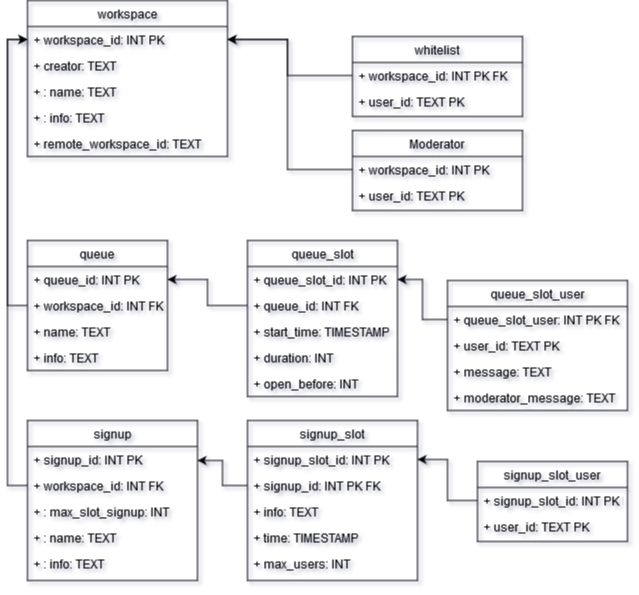
This is util/database_diagram.png from KlasafGeijerstam/Tosca, a draw.io export, as it was before one commit. Source tidied: cells renumbered, new cells last; positions are measured from the earlier drawing's top-left corner, leaving out a move shared by most shapes.
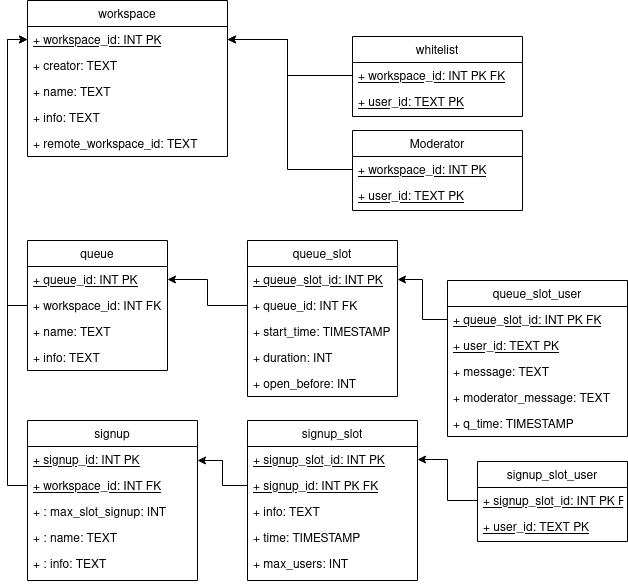
After the commit.

The edit, as a diff of the source:
```diff
@@ -5,43 +5,43 @@
     <mxCell id="2" value="Moderator" style="swimlane;fontStyle=0;horizontal=1;startSize=26;fillColor=none;" parent="1" vertex="1">
       <mxGeometry x="325" y="130" width="170" height="80" as="geometry" />
     </mxCell>
-    <mxCell id="3" value="+ workspace_id: INT PK" style="text;strokeColor=none;fillColor=none;align=left;verticalAlign=top;spacingLeft=4;spacingRight=4;overflow=hidden;" parent="2" vertex="1">
+    <mxCell id="3" value="+ workspace_id: INT PK" style="text;strokeColor=none;fillColor=none;align=left;verticalAlign=top;spacingLeft=4;spacingRight=4;overflow=hidden;fontStyle=4;" parent="2" vertex="1">
       <mxGeometry y="26" width="170" height="26" as="geometry" />
     </mxCell>
-    <mxCell id="4" value="+ user_id: TEXT PK" style="text;strokeColor=none;fillColor=none;align=left;verticalAlign=top;spacingLeft=4;spacingRight=4;overflow=hidden;" parent="2" vertex="1">
+    <mxCell id="4" value="+ user_id: TEXT PK" style="text;strokeColor=none;fillColor=none;align=left;verticalAlign=top;spacingLeft=4;spacingRight=4;overflow=hidden;fontStyle=4;" parent="2" vertex="1">
       <mxGeometry y="52" width="170" height="28" as="geometry" />
     </mxCell>
     <mxCell id="5" value="signup_slot_user" style="swimlane;fontStyle=0;horizontal=1;startSize=26;fillColor=none;" parent="1" vertex="1">
       <mxGeometry x="450" y="461" width="150" height="80" as="geometry" />
     </mxCell>
-    <mxCell id="6" value="+ signup_slot_id: INT PK FK" style="text;strokeColor=none;fillColor=none;align=left;verticalAlign=top;spacingLeft=4;spacingRight=4;overflow=hidden;points=[[0,0.5],[1,0.5]];portConstraint=eastwest;" parent="5" vertex="1">
+    <mxCell id="6" value="+ signup_slot_id: INT PK FK" style="text;strokeColor=none;fillColor=none;align=left;verticalAlign=top;spacingLeft=4;spacingRight=4;overflow=hidden;points=[[0,0.5],[1,0.5]];portConstraint=eastwest;fontStyle=4;" parent="5" vertex="1">
       <mxGeometry y="26" width="150" height="26" as="geometry" />
     </mxCell>
-    <mxCell id="7" value="+ user_id: TEXT PK" style="text;strokeColor=none;fillColor=none;align=left;verticalAlign=top;spacingLeft=4;spacingRight=4;overflow=hidden;" parent="5" vertex="1">
+    <mxCell id="7" value="+ user_id: TEXT PK" style="text;strokeColor=none;fillColor=none;align=left;verticalAlign=top;spacingLeft=4;spacingRight=4;overflow=hidden;fontStyle=4;" parent="5" vertex="1">
       <mxGeometry y="52" width="150" height="28" as="geometry" />
     </mxCell>
     <mxCell id="8" value="whitelist" style="swimlane;fontStyle=0;horizontal=1;startSize=26;fillColor=none;" parent="1" vertex="1">
       <mxGeometry x="325" y="36" width="170" height="80" as="geometry" />
     </mxCell>
-    <mxCell id="9" value="+ workspace_id: INT PK FK" style="text;strokeColor=none;fillColor=none;align=left;verticalAlign=top;spacingLeft=4;spacingRight=4;overflow=hidden;points=[[0,0.5],[1,0.5]];portConstraint=eastwest;" parent="8" vertex="1">
+    <mxCell id="9" value="+ workspace_id: INT PK FK" style="text;strokeColor=none;fillColor=none;align=left;verticalAlign=top;spacingLeft=4;spacingRight=4;overflow=hidden;points=[[0,0.5],[1,0.5]];portConstraint=eastwest;fontStyle=4;" parent="8" vertex="1">
       <mxGeometry y="26" width="170" height="26" as="geometry" />
     </mxCell>
-    <mxCell id="10" value="+ user_id: TEXT PK" style="text;strokeColor=none;fillColor=none;align=left;verticalAlign=top;spacingLeft=4;spacingRight=4;overflow=hidden;" parent="8" vertex="1">
+    <mxCell id="10" value="+ user_id: TEXT PK" style="text;strokeColor=none;fillColor=none;align=left;verticalAlign=top;spacingLeft=4;spacingRight=4;overflow=hidden;fontStyle=4;" parent="8" vertex="1">
       <mxGeometry y="52" width="170" height="28" as="geometry" />
     </mxCell>
     <mxCell id="11" value="workspace" style="swimlane;fontStyle=0;horizontal=1;startSize=26;fillColor=none;" parent="1" vertex="1">
       <mxGeometry width="200" height="156" as="geometry" />
     </mxCell>
-    <mxCell id="12" value="+ workspace_id: INT PK" style="text;strokeColor=none;fillColor=none;align=left;verticalAlign=top;spacingLeft=4;spacingRight=4;overflow=hidden;points=[[0,0.5],[1,0.5]];portConstraint=eastwest;" parent="11" vertex="1">
+    <mxCell id="12" value="+ workspace_id: INT PK" style="text;strokeColor=none;fillColor=none;align=left;verticalAlign=top;spacingLeft=4;spacingRight=4;overflow=hidden;points=[[0,0.5],[1,0.5]];portConstraint=eastwest;fontStyle=4;" parent="11" vertex="1">
       <mxGeometry y="26" width="200" height="26" as="geometry" />
     </mxCell>
     <mxCell id="13" value="+ creator: TEXT" style="text;strokeColor=none;fillColor=none;align=left;verticalAlign=top;spacingLeft=4;spacingRight=4;overflow=hidden;" parent="11" vertex="1">
       <mxGeometry y="52" width="200" height="26" as="geometry" />
     </mxCell>
-    <mxCell id="14" value="+ : name: TEXT&#10;" style="text;strokeColor=none;fillColor=none;align=left;verticalAlign=top;spacingLeft=4;spacingRight=4;overflow=hidden;" parent="11" vertex="1">
+    <mxCell id="14" value="+ name: TEXT&#10;" style="text;strokeColor=none;fillColor=none;align=left;verticalAlign=top;spacingLeft=4;spacingRight=4;overflow=hidden;" parent="11" vertex="1">
       <mxGeometry y="78" width="200" height="26" as="geometry" />
     </mxCell>
-    <mxCell id="15" value="+ : info: TEXT&#10;&#10;&#10;" style="text;strokeColor=none;fillColor=none;align=left;verticalAlign=top;spacingLeft=4;spacingRight=4;overflow=hidden;" parent="11" vertex="1">
+    <mxCell id="15" value="+ info: TEXT&#10;&#10;&#10;" style="text;strokeColor=none;fillColor=none;align=left;verticalAlign=top;spacingLeft=4;spacingRight=4;overflow=hidden;" parent="11" vertex="1">
       <mxGeometry y="104" width="200" height="26" as="geometry" />
     </mxCell>
     <mxCell id="16" value="+ remote_workspace_id: TEXT" style="text;strokeColor=none;fillColor=none;align=left;verticalAlign=top;spacingLeft=4;spacingRight=4;overflow=hidden;" parent="11" vertex="1">
@@ -50,10 +50,10 @@
     <mxCell id="17" value="signup" style="swimlane;fontStyle=0;horizontal=1;startSize=26;fillColor=none;" parent="1" vertex="1">
       <mxGeometry y="420" width="170" height="160" as="geometry" />
     </mxCell>
-    <mxCell id="18" value="+ signup_id: INT PK" style="text;strokeColor=none;fillColor=none;align=left;verticalAlign=top;spacingLeft=4;spacingRight=4;overflow=hidden;" parent="17" vertex="1">
+    <mxCell id="18" value="+ signup_id: INT PK" style="text;strokeColor=none;fillColor=none;align=left;verticalAlign=top;spacingLeft=4;spacingRight=4;overflow=hidden;fontStyle=4;" parent="17" vertex="1">
       <mxGeometry y="26" width="170" height="26" as="geometry" />
     </mxCell>
-    <mxCell id="19" value="+ workspace_id: INT FK" style="text;strokeColor=none;fillColor=none;align=left;verticalAlign=top;spacingLeft=4;spacingRight=4;overflow=hidden;points=[[0,0.5],[1,0.5]];portConstraint=eastwest;" parent="17" vertex="1">
+    <mxCell id="19" value="+ workspace_id: INT FK" style="text;strokeColor=none;fillColor=none;align=left;verticalAlign=top;spacingLeft=4;spacingRight=4;overflow=hidden;points=[[0,0.5],[1,0.5]];portConstraint=eastwest;fontStyle=4;" parent="17" vertex="1">
       <mxGeometry y="52" width="170" height="26" as="geometry" />
     </mxCell>
     <mxCell id="20" value="+ : max_slot_signup: INT&#10;" style="text;strokeColor=none;fillColor=none;align=left;verticalAlign=top;spacingLeft=4;spacingRight=4;overflow=hidden;" parent="17" vertex="1">
@@ -68,10 +68,10 @@
     <mxCell id="23" value="signup_slot" style="swimlane;fontStyle=0;horizontal=1;startSize=26;fillColor=none;" parent="1" vertex="1">
       <mxGeometry x="220" y="420" width="170" height="160" as="geometry" />
     </mxCell>
-    <mxCell id="24" value="+ signup_slot_id: INT PK" style="text;strokeColor=none;fillColor=none;align=left;verticalAlign=top;spacingLeft=4;spacingRight=4;overflow=hidden;points=[[0,0.5],[1,0.5]];portConstraint=eastwest;" parent="23" vertex="1">
+    <mxCell id="24" value="+ signup_slot_id: INT PK" style="text;strokeColor=none;fillColor=none;align=left;verticalAlign=top;spacingLeft=4;spacingRight=4;overflow=hidden;points=[[0,0.5],[1,0.5]];portConstraint=eastwest;fontStyle=4;" parent="23" vertex="1">
       <mxGeometry y="26" width="170" height="26" as="geometry" />
     </mxCell>
-    <mxCell id="25" value="+ signup_id: INT PK FK" style="text;strokeColor=none;fillColor=none;align=left;verticalAlign=top;spacingLeft=4;spacingRight=4;overflow=hidden;points=[[0,0.5],[1,0.5]];portConstraint=eastwest;" parent="23" vertex="1">
+    <mxCell id="25" value="+ signup_id: INT PK FK" style="text;strokeColor=none;fillColor=none;align=left;verticalAlign=top;spacingLeft=4;spacingRight=4;overflow=hidden;points=[[0,0.5],[1,0.5]];portConstraint=eastwest;fontStyle=4;" parent="23" vertex="1">
       <mxGeometry y="52" width="170" height="26" as="geometry" />
     </mxCell>
     <mxCell id="26" value="+ info: TEXT" style="text;strokeColor=none;fillColor=none;align=left;verticalAlign=top;spacingLeft=4;spacingRight=4;overflow=hidden;" parent="23" vertex="1">
@@ -86,10 +86,10 @@
     <mxCell id="29" value="queue" style="swimlane;fontStyle=0;horizontal=1;startSize=26;fillColor=none;" parent="1" vertex="1">
       <mxGeometry y="240" width="140" height="130" as="geometry" />
     </mxCell>
-    <mxCell id="30" value="+ queue_id: INT PK" style="text;strokeColor=none;fillColor=none;align=left;verticalAlign=top;spacingLeft=4;spacingRight=4;overflow=hidden;points=[[0,0.5],[1,0.5]];portConstraint=eastwest;" parent="29" vertex="1">
+    <mxCell id="30" value="+ queue_id: INT PK" style="text;strokeColor=none;fillColor=none;align=left;verticalAlign=top;spacingLeft=4;spacingRight=4;overflow=hidden;points=[[0,0.5],[1,0.5]];portConstraint=eastwest;fontStyle=4;" parent="29" vertex="1">
       <mxGeometry y="26" width="140" height="26" as="geometry" />
     </mxCell>
-    <mxCell id="31" value="+ workspace_id: INT FK" style="text;strokeColor=none;fillColor=none;align=left;verticalAlign=top;spacingLeft=4;spacingRight=4;overflow=hidden;points=[[0,0.5],[1,0.5]];portConstraint=eastwest;" parent="29" vertex="1">
+    <mxCell id="31" value="+ workspace_id: INT FK" style="text;strokeColor=none;fillColor=none;align=left;verticalAlign=top;spacingLeft=4;spacingRight=4;overflow=hidden;points=[[0,0.5],[1,0.5]];portConstraint=eastwest;fontStyle=0;" parent="29" vertex="1">
       <mxGeometry y="52" width="140" height="26" as="geometry" />
     </mxCell>
     <mxCell id="32" value="+ name: TEXT" style="text;strokeColor=none;fillColor=none;align=left;verticalAlign=top;spacingLeft=4;spacingRight=4;overflow=hidden;" parent="29" vertex="1">
@@ -101,7 +101,7 @@
     <mxCell id="34" value="queue_slot" style="swimlane;fontStyle=0;horizontal=1;startSize=26;fillColor=none;" parent="1" vertex="1">
       <mxGeometry x="220" y="240" width="150" height="156" as="geometry" />
     </mxCell>
-    <mxCell id="35" value="+ queue_slot_id: INT PK" style="text;strokeColor=none;fillColor=none;align=left;verticalAlign=top;spacingLeft=4;spacingRight=4;overflow=hidden;points=[[0,0.5],[1,0.5]];portConstraint=eastwest;" parent="34" vertex="1">
+    <mxCell id="35" value="+ queue_slot_id: INT PK" style="text;strokeColor=none;fillColor=none;align=left;verticalAlign=top;spacingLeft=4;spacingRight=4;overflow=hidden;points=[[0,0.5],[1,0.5]];portConstraint=eastwest;fontStyle=4;" parent="34" vertex="1">
       <mxGeometry y="26" width="150" height="26" as="geometry" />
     </mxCell>
     <mxCell id="36" value="+ queue_id: INT FK" style="text;strokeColor=none;fillColor=none;align=left;verticalAlign=top;spacingLeft=4;spacingRight=4;overflow=hidden;points=[[0,0.5],[1,0.5]];portConstraint=eastwest;" parent="34" vertex="1">
@@ -117,12 +117,12 @@
       <mxGeometry y="130" width="150" height="26" as="geometry" />
     </mxCell>
     <mxCell id="40" value="queue_slot_user" style="swimlane;fontStyle=0;horizontal=1;startSize=26;fillColor=none;" parent="1" vertex="1">
-      <mxGeometry x="420" y="280" width="180" height="130" as="geometry" />
+      <mxGeometry x="420" y="280" width="180" height="156" as="geometry" />
     </mxCell>
-    <mxCell id="41" value="+ queue_slot_user: INT PK FK" style="text;strokeColor=none;fillColor=none;align=left;verticalAlign=top;spacingLeft=4;spacingRight=4;overflow=hidden;points=[[0,0.5],[1,0.5]];portConstraint=eastwest;" parent="40" vertex="1">
+    <mxCell id="41" value="+ queue_slot_id: INT PK FK" style="text;strokeColor=none;fillColor=none;align=left;verticalAlign=top;spacingLeft=4;spacingRight=4;overflow=hidden;points=[[0,0.5],[1,0.5]];portConstraint=eastwest;fontStyle=4;" parent="40" vertex="1">
       <mxGeometry y="26" width="180" height="26" as="geometry" />
     </mxCell>
-    <mxCell id="42" value="+ user_id: TEXT PK" style="text;strokeColor=none;fillColor=none;align=left;verticalAlign=top;spacingLeft=4;spacingRight=4;overflow=hidden;" parent="40" vertex="1">
+    <mxCell id="42" value="+ user_id: TEXT PK" style="text;strokeColor=none;fillColor=none;align=left;verticalAlign=top;spacingLeft=4;spacingRight=4;overflow=hidden;fontStyle=4;" parent="40" vertex="1">
       <mxGeometry y="52" width="180" height="26" as="geometry" />
     </mxCell>
     <mxCell id="43" value="+ message: TEXT" style="text;strokeColor=none;fillColor=none;align=left;verticalAlign=top;spacingLeft=4;spacingRight=4;overflow=hidden;" parent="40" vertex="1">
@@ -131,6 +131,9 @@
     <mxCell id="44" value="+ moderator_message: TEXT" style="text;strokeColor=none;fillColor=none;align=left;verticalAlign=top;spacingLeft=4;spacingRight=4;overflow=hidden;" parent="40" vertex="1">
       <mxGeometry y="104" width="180" height="26" as="geometry" />
     </mxCell>
+    <mxCell id="53" value="+ q_time: TIMESTAMP" style="text;strokeColor=none;fillColor=none;align=left;verticalAlign=top;spacingLeft=4;spacingRight=4;overflow=hidden;" parent="40" vertex="1">
+      <mxGeometry y="130" width="180" height="26" as="geometry" />
+    </mxCell>
     <mxCell id="45" style="edgeStyle=orthogonalEdgeStyle;rounded=0;jettySize=auto;html=1;exitX=0;exitY=0.5;exitDx=0;exitDy=0;entryX=1;entryY=0.5;entryDx=0;entryDy=0;" parent="1" edge="1" source="9" target="12">
       <mxGeometry relative="1" as="geometry">
         <Array as="points">
```
